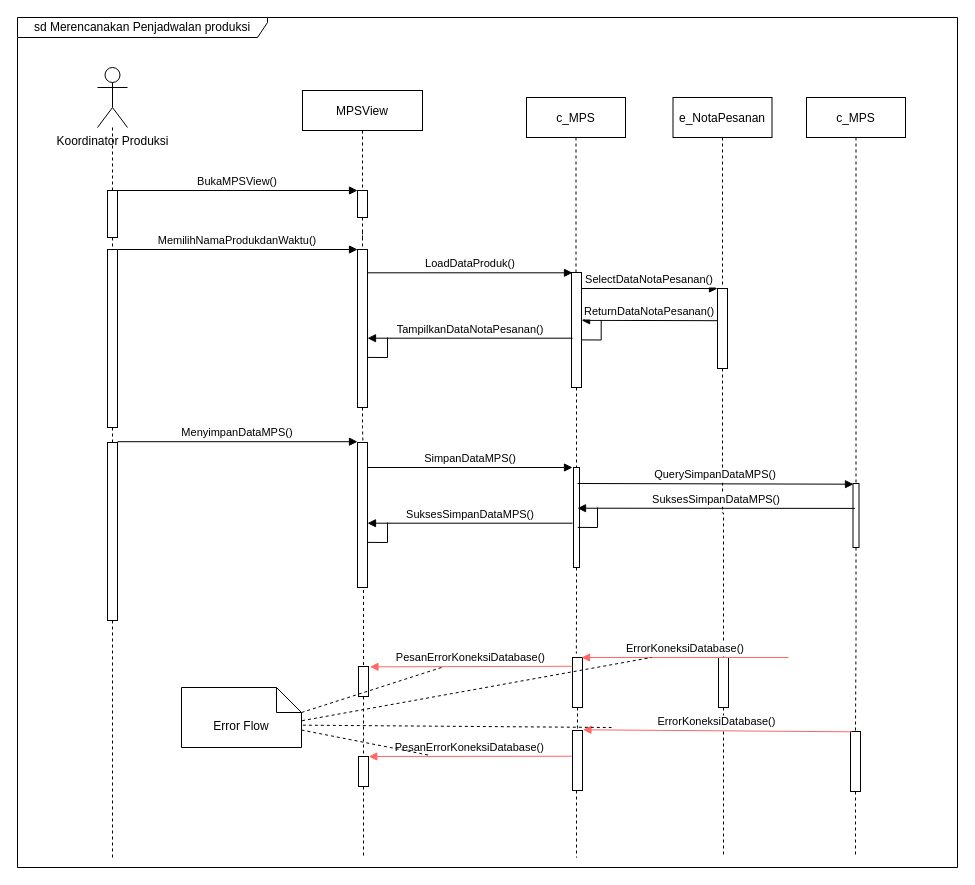
Before: page "Merencanakan Penjadwalan Produksi" (3 of 4) of Diagram Tanpa Judul.drawio in juanangelaalma/uml, a draw.io diagram. Source tidied: cells renumbered, new cells numbered last; positions are measured from the earlier drawing's top-left corner, leaving out a move shared by most shapes. Both pictures are drawn from the tidied source at 100%, with x=0, y=0 at pixel (17, 17).
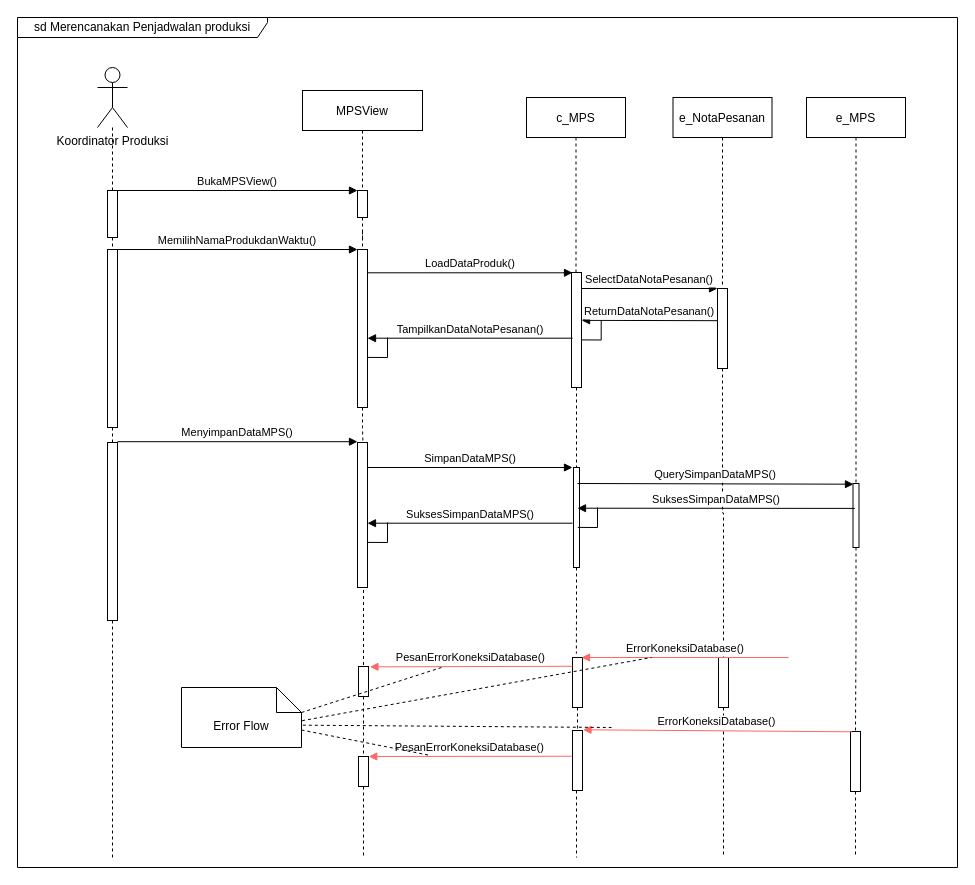
The same diagram, later.

Diff of the diagram source:
```diff
@@
-    <mxCell id="32" value="c_MPS" style="shape=umlLifeline;perimeter=lifelinePerimeter;rounded=0;shadow=0;strokeWidth=1;" parent="1" vertex="1">
+    <mxCell id="32" value="e_MPS" style="shape=umlLifeline;perimeter=lifelinePerimeter;rounded=0;shadow=0;strokeWidth=1;" parent="1" vertex="1">
       <mxGeometry x="789" y="80" width="99" height="390" as="geometry" />
     </mxCell>
```
